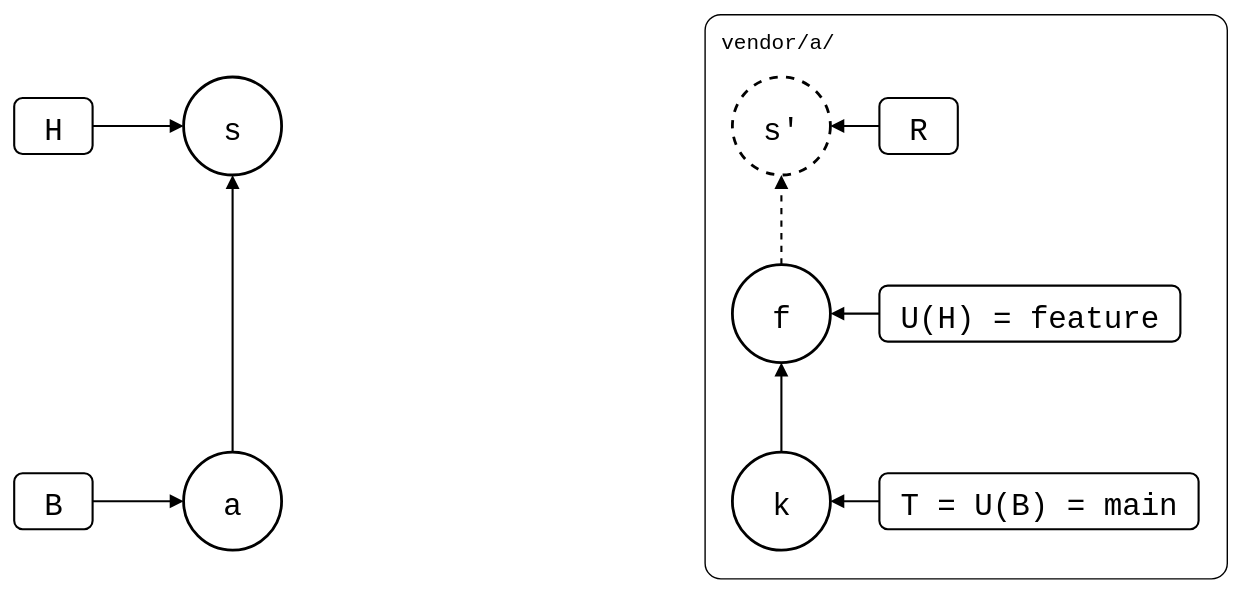
Earlier version of the draw.io export test/scenarios/03-branches-and-teamwork/03-squash-merged-pull/01-local-edit-in-the-squash/local-edit-in-the-squash.drawio.svg (roschaefer/git-splice). Source tidied: cells renumbered, new cells last; positions are measured from the earlier drawing's top-left corner, leaving out a move shared by most shapes.
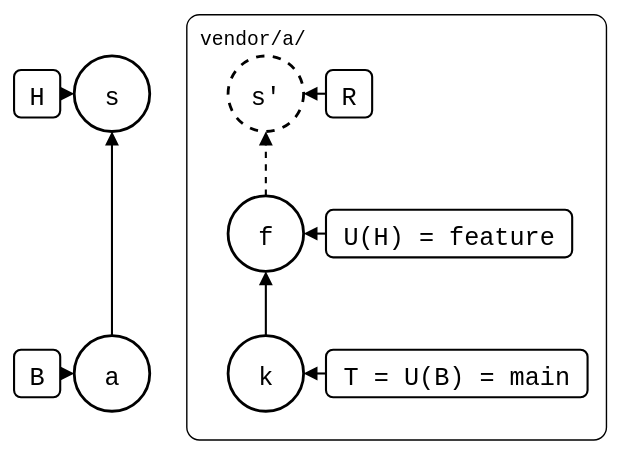
The same file after the commit.

Diff of the diagram source:
```diff
@@ -2,61 +2,61 @@
   <root>
     <mxCell id="0" />
     <mxCell id="1" parent="0" />
-    <mxCell id="2" value="vendor/a/" style="rounded=1;arcSize=3;fillColor=none;strokeWidth=1;fontSize=15;verticalAlign=top;align=left;spacingLeft=10;spacingTop=4;fontFamily=Roboto Mono,monospace;" parent="1" vertex="1">
-      <mxGeometry x="493" width="373" height="403" as="geometry" />
+    <mxCell id="2" value="vendor/a/" style="rounded=1;arcSize=3;fillColor=none;strokeWidth=1;fontSize=14;verticalAlign=top;align=left;spacingLeft=8;spacingTop=2;fontFamily=Roboto Mono,monospace;" parent="1" vertex="1">
+      <mxGeometry x="32" y="-19" width="300" height="304" as="geometry" />
     </mxCell>
-    <mxCell id="3" value="a" style="ellipse;strokeWidth=2;fontSize=22;fontFamily=Roboto Mono,monospace;" parent="1" vertex="1">
-      <mxGeometry x="121" y="313" width="70" height="70" as="geometry" />
+    <mxCell id="3" value="a" style="ellipse;strokeWidth=2;fontSize=18;fontFamily=Roboto Mono,monospace;" parent="1" vertex="1">
+      <mxGeometry x="-48" y="211" width="54" height="54" as="geometry" />
     </mxCell>
-    <mxCell id="4" value="s" style="ellipse;strokeWidth=2;fontSize=22;fontFamily=Roboto Mono,monospace;" parent="1" vertex="1">
-      <mxGeometry x="121" y="45" width="70" height="70" as="geometry" />
+    <mxCell id="4" value="s" style="ellipse;strokeWidth=2;fontSize=18;fontFamily=Roboto Mono,monospace;" parent="1" vertex="1">
+      <mxGeometry x="-48" y="11" width="54" height="54" as="geometry" />
     </mxCell>
+    <mxCell id="8" value="H" style="rounded=1;strokeWidth=1.5;fontSize=18;fontFamily=Roboto Mono,monospace;" parent="1" vertex="1">
+      <mxGeometry x="-91" y="21" width="33" height="34" as="geometry" />
+    </mxCell>
+    <mxCell id="10" value="B" style="rounded=1;strokeWidth=1.5;fontSize=18;fontFamily=Roboto Mono,monospace;" parent="1" vertex="1">
+      <mxGeometry x="-91" y="221" width="33" height="34" as="geometry" />
+    </mxCell>
-    <mxCell id="5" value="k" style="ellipse;strokeWidth=2;fontSize=22;fontFamily=Roboto Mono,monospace;" parent="1" vertex="1">
-      <mxGeometry x="513" y="313" width="70" height="70" as="geometry" />
+    <mxCell id="5" value="k" style="ellipse;strokeWidth=2;fontSize=18;fontFamily=Roboto Mono,monospace;" parent="1" vertex="1">
+      <mxGeometry x="62" y="211" width="54" height="54" as="geometry" />
     </mxCell>
-    <mxCell id="6" value="f" style="ellipse;strokeWidth=2;fontSize=22;fontFamily=Roboto Mono,monospace;" parent="1" vertex="1">
-      <mxGeometry x="513" y="179" width="70" height="70" as="geometry" />
+    <mxCell id="6" value="f" style="ellipse;strokeWidth=2;fontSize=18;fontFamily=Roboto Mono,monospace;" parent="1" vertex="1">
+      <mxGeometry x="62" y="111" width="54" height="54" as="geometry" />
     </mxCell>
-    <mxCell id="7" value="s'" style="ellipse;strokeWidth=2;fontSize=22;fontFamily=Roboto Mono,monospace;dashed=1;" parent="1" vertex="1">
-      <mxGeometry x="513" y="45" width="70" height="70" as="geometry" />
+    <mxCell id="7" value="s'" style="ellipse;strokeWidth=2;fontSize=18;fontFamily=Roboto Mono,monospace;dashed=1;" parent="1" vertex="1">
+      <mxGeometry x="62" y="11" width="54" height="54" as="geometry" />
     </mxCell>
-    <mxCell id="8" value="H" style="rounded=1;strokeWidth=1.5;fontSize=22;fontFamily=Roboto Mono,monospace;" parent="1" vertex="1">
-      <mxGeometry y="60" width="56" height="40" as="geometry" />
-    </mxCell>
+    <mxCell id="12" value="T = U(B) = main" style="rounded=1;strokeWidth=1.5;fontSize=18;fontFamily=Roboto Mono,monospace;" parent="1" vertex="1">
+      <mxGeometry x="132" y="221" width="187" height="34" as="geometry" />
+    </mxCell>
+    <mxCell id="14" value="U(H) = feature" style="rounded=1;strokeWidth=1.5;fontSize=18;fontFamily=Roboto Mono,monospace;" parent="1" vertex="1">
+      <mxGeometry x="132" y="121" width="176" height="34" as="geometry" />
+    </mxCell>
+    <mxCell id="16" value="R" style="rounded=1;strokeWidth=1.5;fontSize=18;fontFamily=Roboto Mono,monospace;" parent="1" vertex="1">
+      <mxGeometry x="132" y="21" width="33" height="34" as="geometry" />
+    </mxCell>
-    <mxCell id="9" style="endArrow=block;endFill=1;html=1;strokeWidth=1.5;rounded=0;" parent="1" edge="1" source="8" target="4">
+    <mxCell id="9" style="endArrow=block;endFill=1;html=1;strokeWidth=1.5;rounded=0;" parent="1" edge="1" source="3" target="4">
       <mxGeometry relative="1" as="geometry" />
     </mxCell>
-    <mxCell id="10" value="B" style="rounded=1;strokeWidth=1.5;fontSize=22;fontFamily=Roboto Mono,monospace;" parent="1" vertex="1">
-      <mxGeometry y="328" width="56" height="40" as="geometry" />
-    </mxCell>
-    <mxCell id="11" style="endArrow=block;endFill=1;html=1;strokeWidth=1.5;rounded=0;" parent="1" edge="1" source="10" target="3">
+    <mxCell id="11" style="endArrow=block;endFill=1;html=1;strokeWidth=1.5;rounded=0;" parent="1" edge="1" source="8" target="4">
       <mxGeometry relative="1" as="geometry" />
     </mxCell>
-    <mxCell id="12" value="T = U(B) = main" style="rounded=1;strokeWidth=1.5;fontSize=22;fontFamily=Roboto Mono,monospace;" parent="1" vertex="1">
-      <mxGeometry x="618" y="328" width="228" height="40" as="geometry" />
-    </mxCell>
-    <mxCell id="13" style="endArrow=block;endFill=1;html=1;strokeWidth=1.5;rounded=0;" parent="1" edge="1" source="12" target="5">
+    <mxCell id="13" style="endArrow=block;endFill=1;html=1;strokeWidth=1.5;rounded=0;" parent="1" edge="1" source="10" target="3">
       <mxGeometry relative="1" as="geometry" />
     </mxCell>
-    <mxCell id="14" value="U(H) = feature" style="rounded=1;strokeWidth=1.5;fontSize=22;fontFamily=Roboto Mono,monospace;" parent="1" vertex="1">
-      <mxGeometry x="618" y="194" width="215" height="40" as="geometry" />
-    </mxCell>
-    <mxCell id="15" style="endArrow=block;endFill=1;html=1;strokeWidth=1.5;rounded=0;" parent="1" edge="1" source="14" target="6">
+    <mxCell id="15" style="endArrow=block;endFill=1;html=1;strokeWidth=1.5;rounded=0;" parent="1" edge="1" source="5" target="6">
       <mxGeometry relative="1" as="geometry" />
     </mxCell>
-    <mxCell id="16" value="R" style="rounded=1;strokeWidth=1.5;fontSize=22;fontFamily=Roboto Mono,monospace;" parent="1" vertex="1">
-      <mxGeometry x="618" y="60" width="56" height="40" as="geometry" />
-    </mxCell>
-    <mxCell id="17" style="endArrow=block;endFill=1;html=1;strokeWidth=1.5;rounded=0;" parent="1" edge="1" source="16" target="7">
+    <mxCell id="17" style="endArrow=block;endFill=1;html=1;strokeWidth=1.5;rounded=0;dashed=1;" parent="1" edge="1" source="6" target="7">
       <mxGeometry relative="1" as="geometry" />
     </mxCell>
-    <mxCell id="18" style="endArrow=block;endFill=1;html=1;strokeWidth=1.5;rounded=0;" parent="1" edge="1" source="3" target="4">
+    <mxCell id="18" style="endArrow=block;endFill=1;html=1;strokeWidth=1.5;rounded=0;" parent="1" edge="1" source="12" target="5">
       <mxGeometry relative="1" as="geometry" />
     </mxCell>
-    <mxCell id="19" style="endArrow=block;endFill=1;html=1;strokeWidth=1.5;rounded=0;" parent="1" edge="1" source="5" target="6">
+    <mxCell id="19" style="endArrow=block;endFill=1;html=1;strokeWidth=1.5;rounded=0;" parent="1" edge="1" source="14" target="6">
       <mxGeometry relative="1" as="geometry" />
     </mxCell>
-    <mxCell id="20" style="endArrow=block;endFill=1;html=1;strokeWidth=1.5;rounded=0;dashed=1;" parent="1" edge="1" source="6" target="7">
+    <mxCell id="20" style="endArrow=block;endFill=1;html=1;strokeWidth=1.5;rounded=0;" parent="1" edge="1" source="16" target="7">
       <mxGeometry relative="1" as="geometry" />
     </mxCell>
   </root>
```
